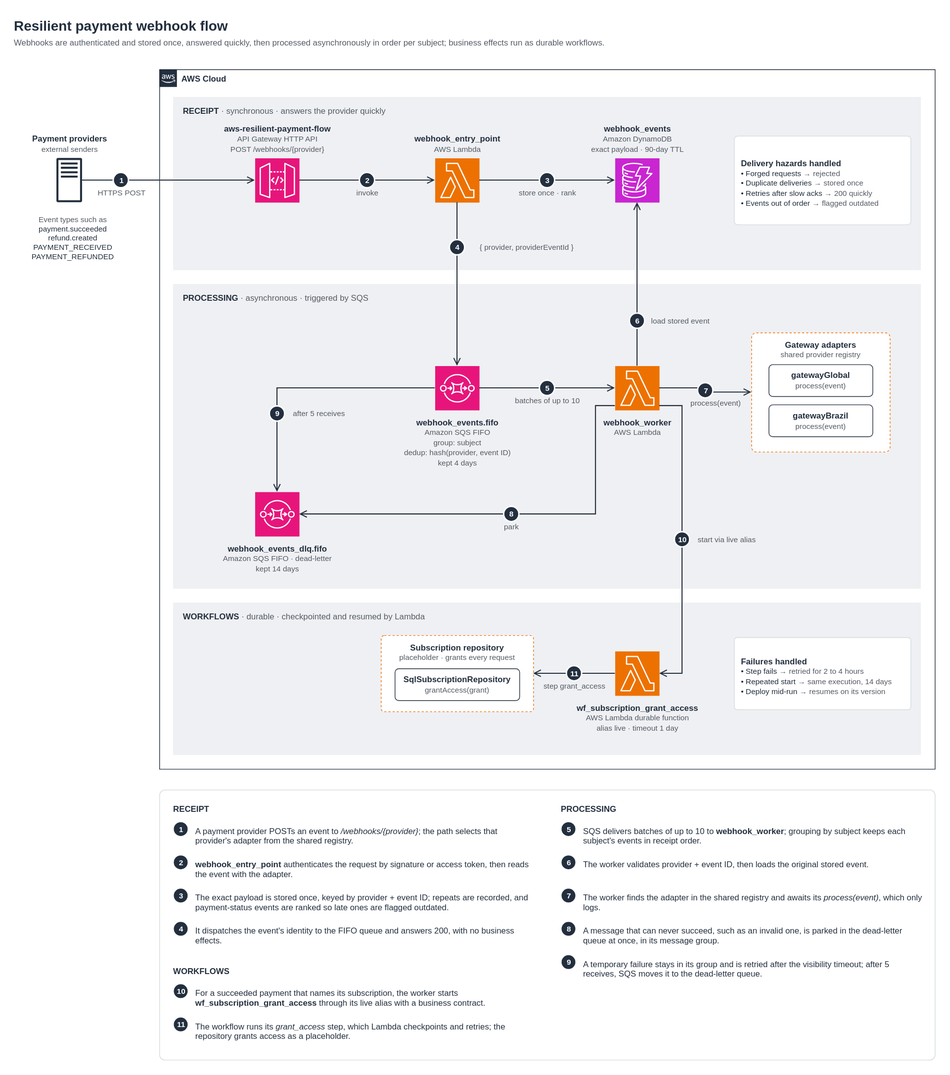
Earlier version of the draw.io export docs/architecture/images/architecture.drawio.svg (gabrielroriz/aws-resilient-payment-flow). Source tidied: cells renumbered, new cells last; positions are measured from the earlier drawing's top-left corner, leaving out a move shared by most shapes.
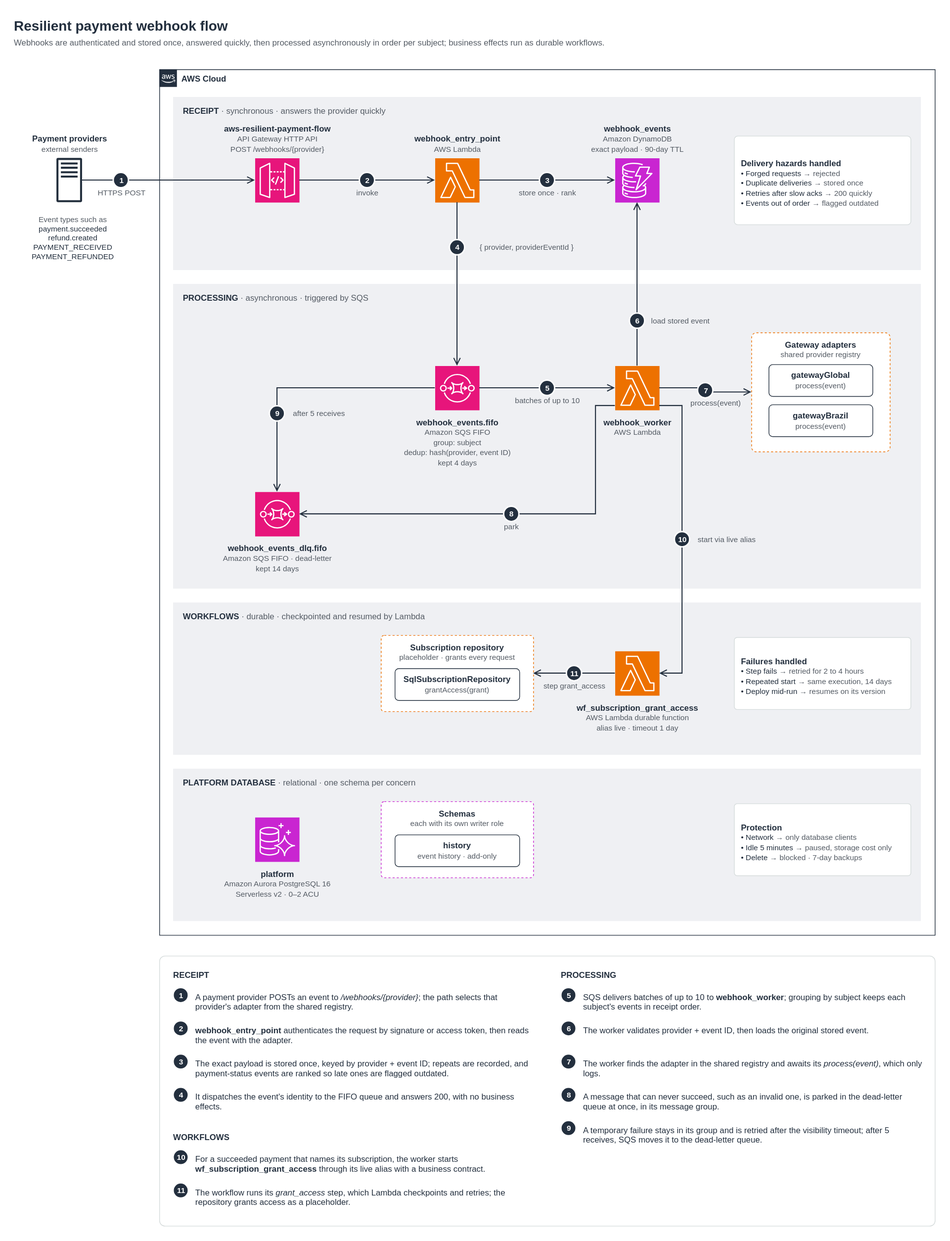
Above is the later version.

Commit message:
docs: show the platform database in the architecture diagram

A platform database lane shows the Aurora PostgreSQL Serverless cluster,
its schemas with their own writer roles, starting with the add-only
history schema, and how it is protected. Nothing connects to it yet, so
it has no arrows.

Change to the diagram source:
```diff
@@ -15,7 +15,7 @@
       <mxGeometry y="286" width="170" height="90" as="geometry" />
     </mxCell>
     <mxCell id="6" value="AWS Cloud" style="html=1;whiteSpace=wrap;gradientColor=none;fontSize=12;fontStyle=1;shape=mxgraph.aws4.group;grIcon=mxgraph.aws4.group_aws_cloud_alt;strokeColor=#232F3E;fillColor=none;verticalAlign=top;align=left;spacingLeft=30;fontColor=#232F3E;dashed=0;" parent="1" vertex="1">
-      <mxGeometry x="210" y="80" width="1120" height="1010" as="geometry" />
+      <mxGeometry x="210" y="80" width="1120" height="1250" as="geometry" />
     </mxCell>
     <mxCell id="7" value="&lt;b&gt;RECEIPT&lt;/b&gt;&lt;font color=&quot;#545B64&quot;&gt; · synchronous · answers the provider quickly&lt;/font&gt;" style="html=1;whiteSpace=wrap;fillColor=#EFF0F3;strokeColor=none;dashed=0;verticalAlign=top;align=left;spacingLeft=12;spacingTop=6;fontStyle=0;fontColor=#232F3E;fontSize=12;" parent="6" vertex="1">
       <mxGeometry x="20" y="40" width="1080" height="250" as="geometry" />
@@ -165,8 +165,23 @@
         <mxPoint x="-11" y="-11" as="offset" />
       </mxGeometry>
     </mxCell>
+    <mxCell id="72" value="&lt;b&gt;PLATFORM DATABASE&lt;/b&gt;&lt;font color=&quot;#545B64&quot;&gt; · relational · one schema per concern&lt;/font&gt;" style="html=1;whiteSpace=wrap;fillColor=#EFF0F3;strokeColor=none;dashed=0;verticalAlign=top;align=left;spacingLeft=12;spacingTop=6;fontStyle=0;fontColor=#232F3E;fontSize=12;" parent="6" vertex="1">
+      <mxGeometry x="20" y="1010" width="1080" height="220" as="geometry" />
+    </mxCell>
+    <mxCell id="73" value="&lt;b&gt;platform&lt;/b&gt;&lt;br&gt;&lt;font style=&quot;font-size:11px&quot; color=&quot;#545B64&quot;&gt;Amazon Aurora PostgreSQL 16&lt;/font&gt;&lt;br&gt;&lt;font style=&quot;font-size:11px&quot; color=&quot;#545B64&quot;&gt;Serverless v2 · 0–2 ACU&lt;/font&gt;" style="sketch=0;fontColor=#232F3E;fillColor=#C925D1;strokeColor=#ffffff;dashed=0;verticalLabelPosition=bottom;verticalAlign=top;align=center;html=1;fontSize=12;fontStyle=0;spacing=6;shape=mxgraph.aws4.resourceIcon;resIcon=mxgraph.aws4.aurora;" parent="72" vertex="1">
+      <mxGeometry x="118" y="70" width="64" height="64" as="geometry" />
+    </mxCell>
+    <mxCell id="74" value="&lt;b&gt;Schemas&lt;/b&gt;&lt;br&gt;&lt;font style=&quot;font-size:11px&quot; color=&quot;#545B64&quot;&gt;each with its own writer role&lt;/font&gt;" style="html=1;whiteSpace=wrap;fillColor=#FFFFFF;strokeColor=#C925D1;dashed=1;rounded=1;arcSize=4;verticalAlign=top;align=center;spacingTop=4;fontColor=#232F3E;fontSize=12;" parent="72" vertex="1">
+      <mxGeometry x="300" y="47" width="220" height="110" as="geometry" />
+    </mxCell>
+    <mxCell id="75" value="&lt;b&gt;history&lt;/b&gt;&lt;br&gt;&lt;font style=&quot;font-size:11px&quot; color=&quot;#545B64&quot;&gt;event history · add-only&lt;/font&gt;" style="rounded=1;arcSize=12;html=1;whiteSpace=wrap;fillColor=#FFFFFF;strokeColor=#232F3E;fontColor=#232F3E;fontSize=12;" parent="74" vertex="1">
+      <mxGeometry x="20" y="48" width="180" height="46" as="geometry" />
+    </mxCell>
+    <mxCell id="76" value="&lt;b&gt;Protection&lt;/b&gt;&lt;br&gt;&lt;font style=&quot;font-size:11px&quot;&gt;• Network &lt;font color=&quot;#545B64&quot;&gt;→ only database clients&lt;/font&gt;&lt;/font&gt;&lt;br&gt;&lt;font style=&quot;font-size:11px&quot;&gt;• Idle 5 minutes &lt;font color=&quot;#545B64&quot;&gt;→ paused, storage cost only&lt;/font&gt;&lt;/font&gt;&lt;br&gt;&lt;font style=&quot;font-size:11px&quot;&gt;• Delete &lt;font color=&quot;#545B64&quot;&gt;→ blocked · 7-day backups&lt;/font&gt;&lt;/font&gt;" style="text;html=1;whiteSpace=wrap;align=left;verticalAlign=middle;fontSize=12;fontColor=#232F3E;spacing=10;spacingTop=8;fillColor=#FFFFFF;strokeColor=#D5DBDB;rounded=1;arcSize=4;" parent="72" vertex="1">
+      <mxGeometry x="810" y="50" width="255" height="104" as="geometry" />
+    </mxCell>
     <mxCell id="42" style="html=1;whiteSpace=wrap;fillColor=#FFFFFF;strokeColor=#D5DBDB;rounded=1;arcSize=2;" parent="1" vertex="1">
-      <mxGeometry x="210" y="1120" width="1120" height="390" as="geometry" />
+      <mxGeometry x="210" y="1360" width="1120" height="390" as="geometry" />
     </mxCell>
     <mxCell id="43" value="&lt;b&gt;RECEIPT&lt;/b&gt;" style="text;html=1;whiteSpace=wrap;align=left;verticalAlign=top;fontSize=12;fontColor=#232F3E;spacing=0;" parent="42" vertex="1">
       <mxGeometry x="20" y="16" width="520" height="18" as="geometry" />
```
